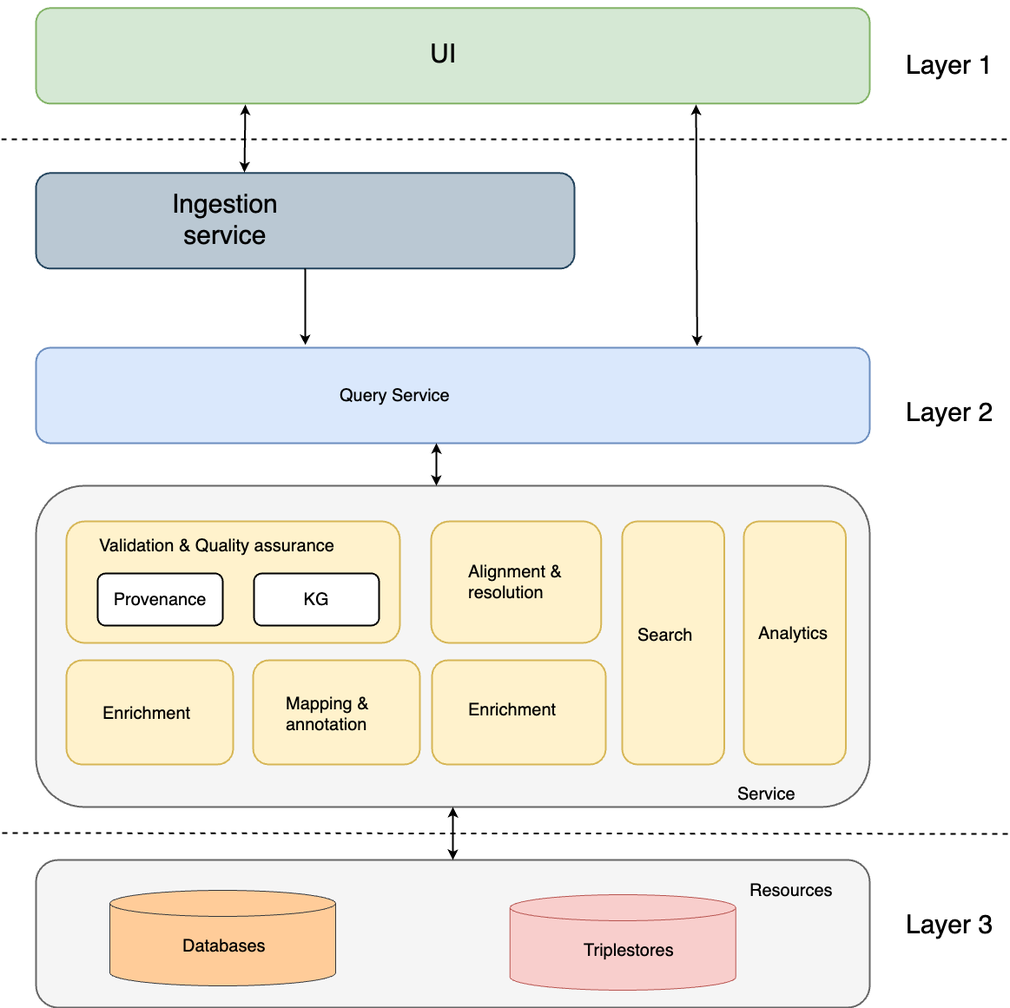
Earlier version of the draw.io export brainkb-arch.png (sensein/brainkb-design-document). Source tidied: cells renumbered, new cells last; positions are measured from the earlier drawing's top-left corner, leaving out a move shared by most shapes.
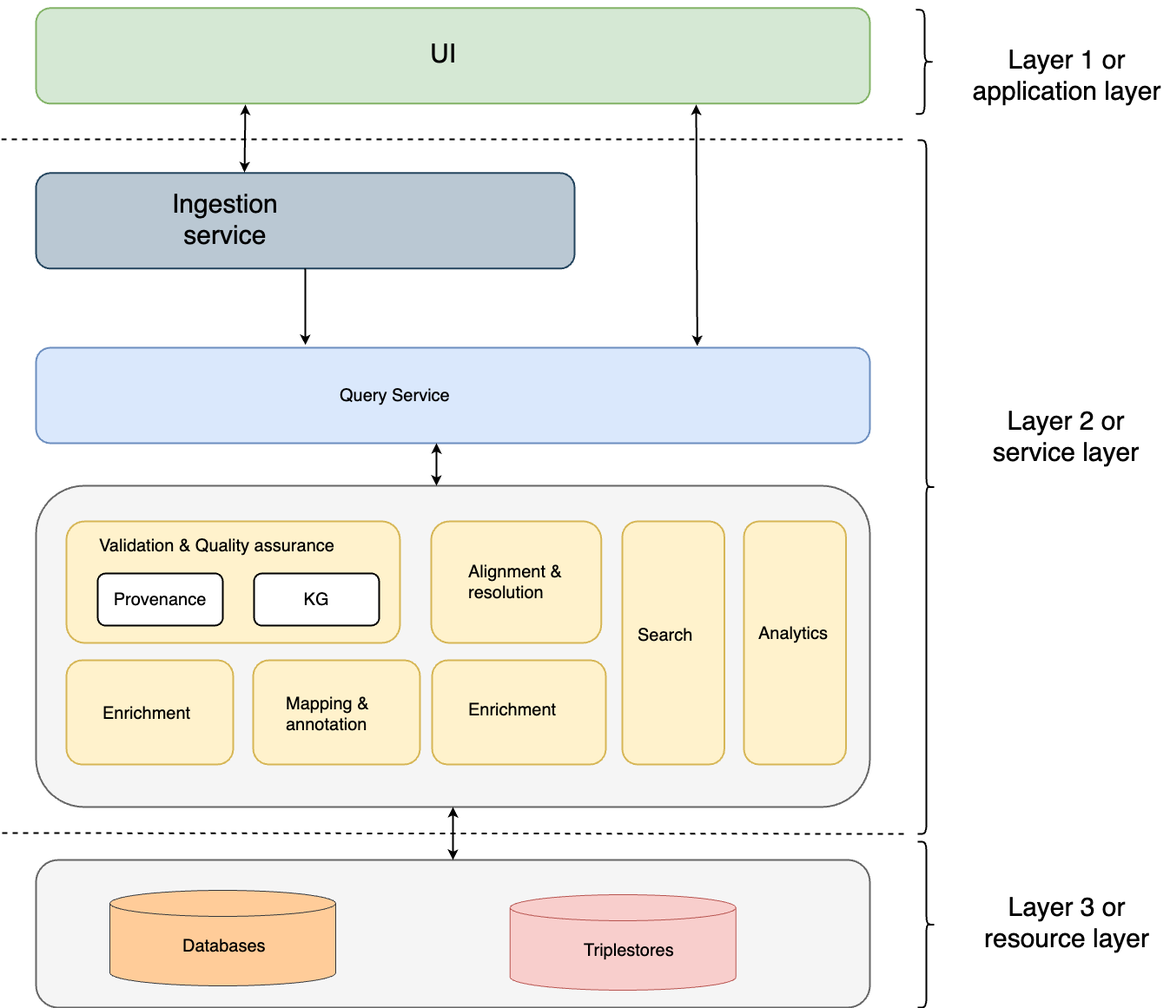
The same diagram one commit later.

Commit message:
architecture description updated

What changed in the source:
```diff
@@ -15,7 +15,7 @@
       <mxGeometry x="108" y="37.1" width="240" height="35.7" as="geometry" />
     </mxCell>
     <mxCell id="6" style="group;" parent="1" vertex="1">
-      <mxGeometry x="40" width="960" height="110" as="geometry" />
+      <mxGeometry x="40" width="960" height="124" as="geometry" />
     </mxCell>
     <mxCell id="7" value="&lt;span style=&quot;color: rgba(0, 0, 0, 0); font-family: monospace; font-size: 0px; text-align: start; text-wrap: nowrap;&quot;&gt;%3CmxGraphModel%3E%3Croot%3E%3CmxCell%20id%3D%220%22%2F%3E%3CmxCell%20id%3D%221%22%20parent%3D%220%22%2F%3E%3CmxCell%20id%3D%222%22%20value%3D%22%26lt%3Bdiv%20style%3D%26quot%3Btext-align%3A%20center%3B%26quot%3B%26gt%3B%26lt%3Bspan%20style%3D%26quot%3Bbackground-color%3A%20initial%3B%20font-size%3A%2020px%3B%26quot%3B%26gt%3BIngestion%20Service%26lt%3B%2Fspan%26gt%3B%26lt%3B%2Fdiv%26gt%3B%22%20style%3D%22text%3BwhiteSpace%3Dwrap%3Bhtml%3D1%3BfillColor%3Dnone%3BstrokeColor%3Dnone%3B%22%20vertex%3D%221%22%20parent%3D%221%22%3E%3CmxGeometry%20x%3D%22140%22%20y%3D%22257.14%22%20width%3D%22178%22%20height%3D%2235.71%22%20as%3D%22geometry%22%2F%3E%3C%2FmxCell%3E%3C%2Froot%3E%3C%2FmxGraphModel%3E&lt;/span&gt;" style="rounded=1;whiteSpace=wrap;html=1;strokeWidth=2;fillColor=#d5e8d4;strokeColor=#82b366;" parent="6" vertex="1">
       <mxGeometry y="8.8" width="960" height="110" as="geometry" />
@@ -121,9 +121,6 @@
     <mxCell id="38" value="&lt;span style=&quot;color: rgb(0, 0, 0); font-family: Helvetica; font-size: 20px; font-style: normal; font-variant-ligatures: normal; font-variant-caps: normal; font-weight: 400; letter-spacing: normal; orphans: 2; text-align: center; text-indent: 0px; text-transform: none; widows: 2; word-spacing: 0px; -webkit-text-stroke-width: 0px; white-space: normal; text-decoration-thickness: initial; text-decoration-style: initial; text-decoration-color: initial; float: none; display: inline !important;&quot;&gt;Analytics&lt;/span&gt;" style="text;whiteSpace=wrap;html=1;fillColor=none;strokeColor=none;" parent="36" vertex="1">
       <mxGeometry x="14.9" y="111" width="95.5" height="92.9" as="geometry" />
     </mxCell>
-    <mxCell id="39" value="&lt;div style=&quot;text-align: center;&quot;&gt;&lt;span style=&quot;background-color: initial; font-size: 20px;&quot;&gt;Service&lt;/span&gt;&lt;/div&gt;" style="text;whiteSpace=wrap;html=1;fillColor=none;strokeColor=none;" parent="1" vertex="1">
-      <mxGeometry x="845.8" y="896" width="120" height="33" as="geometry" />
-    </mxCell>
     <mxCell id="40" style="group;" parent="1" vertex="1">
       <mxGeometry x="40" y="990" width="960" height="170" as="geometry" />
     </mxCell>
@@ -142,7 +139,7 @@
     <mxCell id="45" value="&lt;div style=&quot;text-align: center;&quot;&gt;&lt;span style=&quot;background-color: initial; font-size: 20px;&quot;&gt;Databases&lt;/span&gt;&lt;/div&gt;" style="text;whiteSpace=wrap;html=1;fillColor=none;strokeColor=none;" parent="40" vertex="1">
       <mxGeometry x="167" y="80.5" width="120" height="33" as="geometry" />
     </mxCell>
-    <mxCell id="46" value="&lt;div style=&quot;text-align: center;&quot;&gt;&lt;span style=&quot;background-color: initial; font-size: 20px;&quot;&gt;Resources&lt;/span&gt;&lt;/div&gt;" style="text;whiteSpace=wrap;html=1;fillColor=none;strokeColor=none;" parent="40" vertex="1">
+    <mxCell id="46" value="&lt;div style=&quot;text-align: center;&quot;&gt;&lt;br&gt;&lt;/div&gt;" style="text;whiteSpace=wrap;html=1;fillColor=none;strokeColor=none;" parent="40" vertex="1">
       <mxGeometry x="820" y="17" width="120" height="33" as="geometry" />
     </mxCell>
     <mxCell id="47" style="endArrow=classic;startArrow=classic;html=1;rounded=0;strokeWidth=2;entryX=0.5;entryY=1;entryDx=0;entryDy=0;exitX=0.5;exitY=0;exitDx=0;exitDy=0;" parent="1" edge="1" source="41" target="2">
@@ -154,23 +151,32 @@
     <mxCell id="49" style="endArrow=none;dashed=1;html=1;rounded=0;strokeWidth=2;" parent="1" edge="1">
       <mxGeometry relative="1" as="geometry">
         <mxPoint x="1" y="959" as="sourcePoint" />
-        <mxPoint x="1160" y="960" as="targetPoint" />
+        <mxPoint x="1040" y="960" as="targetPoint" />
       </mxGeometry>
     </mxCell>
     <mxCell id="50" style="endArrow=none;dashed=1;html=1;rounded=0;strokeWidth=2;" parent="1" edge="1">
       <mxGeometry relative="1" as="geometry">
         <mxPoint y="160" as="sourcePoint" />
-        <mxPoint x="1160" y="160" as="targetPoint" />
+        <mxPoint x="1040" y="160" as="targetPoint" />
       </mxGeometry>
     </mxCell>
-    <mxCell id="51" value="&lt;div style=&quot;text-align: center;&quot;&gt;&lt;span style=&quot;background-color: initial;&quot;&gt;&lt;font style=&quot;font-size: 30px;&quot;&gt;Layer 1&lt;/font&gt;&lt;/span&gt;&lt;/div&gt;" style="text;whiteSpace=wrap;html=1;fillColor=none;strokeColor=none;" parent="1" vertex="1">
-      <mxGeometry x="1040" y="50" width="110" height="35.7" as="geometry" />
+    <mxCell id="51" value="&lt;div style=&quot;text-align: center;&quot;&gt;&lt;span style=&quot;background-color: initial;&quot;&gt;&lt;font style=&quot;font-size: 30px;&quot;&gt;Layer 1 or application layer&lt;/font&gt;&lt;/span&gt;&lt;/div&gt;" style="text;whiteSpace=wrap;html=1;fillColor=none;strokeColor=none;" parent="1" vertex="1">
+      <mxGeometry x="1106" y="44.1" width="240" height="35.7" as="geometry" />
     </mxCell>
-    <mxCell id="52" value="&lt;div style=&quot;text-align: center;&quot;&gt;&lt;span style=&quot;background-color: initial;&quot;&gt;&lt;font style=&quot;font-size: 30px;&quot;&gt;Layer 2&lt;/font&gt;&lt;/span&gt;&lt;/div&gt;" style="text;whiteSpace=wrap;html=1;fillColor=none;strokeColor=none;" parent="1" vertex="1">
-      <mxGeometry x="1040" y="450" width="110" height="35.7" as="geometry" />
+    <mxCell id="52" value="&lt;div style=&quot;text-align: center;&quot;&gt;&lt;span style=&quot;background-color: initial;&quot;&gt;&lt;font style=&quot;font-size: 30px;&quot;&gt;Layer 2 or service layer&lt;/font&gt;&lt;/span&gt;&lt;/div&gt;" style="text;whiteSpace=wrap;html=1;fillColor=none;strokeColor=none;" parent="1" vertex="1">
+      <mxGeometry x="1120" y="460" width="210" height="35.7" as="geometry" />
     </mxCell>
-    <mxCell id="53" value="&lt;div style=&quot;text-align: center;&quot;&gt;&lt;span style=&quot;background-color: initial;&quot;&gt;&lt;font style=&quot;font-size: 30px;&quot;&gt;Layer 3&lt;/font&gt;&lt;/span&gt;&lt;/div&gt;" style="text;whiteSpace=wrap;html=1;fillColor=none;strokeColor=none;" parent="1" vertex="1">
-      <mxGeometry x="1040" y="1040" width="110" height="40" as="geometry" />
+    <mxCell id="53" value="&lt;div style=&quot;text-align: center;&quot;&gt;&lt;span style=&quot;background-color: initial;&quot;&gt;&lt;font style=&quot;font-size: 30px;&quot;&gt;Layer 3 or resource layer&lt;/font&gt;&lt;/span&gt;&lt;/div&gt;" style="text;whiteSpace=wrap;html=1;fillColor=none;strokeColor=none;" parent="1" vertex="1">
+      <mxGeometry x="1106" y="1020" width="240" height="40" as="geometry" />
     </mxCell>
+    <mxCell id="54" style="shape=curlyBracket;whiteSpace=wrap;html=1;rounded=1;flipH=1;labelPosition=right;verticalLabelPosition=middle;align=left;verticalAlign=middle;strokeWidth=2;" parent="1" vertex="1">
+      <mxGeometry x="1055" y="161" width="20" height="799" as="geometry" />
+    </mxCell>
+    <mxCell id="55" style="shape=curlyBracket;whiteSpace=wrap;html=1;rounded=1;flipH=1;labelPosition=right;verticalLabelPosition=middle;align=left;verticalAlign=middle;strokeWidth=2;" parent="1" vertex="1">
+      <mxGeometry x="1053" y="10.9" width="20" height="120" as="geometry" />
+    </mxCell>
+    <mxCell id="56" style="shape=curlyBracket;whiteSpace=wrap;html=1;rounded=1;flipH=1;labelPosition=right;verticalLabelPosition=middle;align=left;verticalAlign=middle;strokeWidth=2;" parent="1" vertex="1">
+      <mxGeometry x="1055" y="969" width="20" height="191" as="geometry" />
+    </mxCell>
   </root>
 </mxGraphModel>
```
